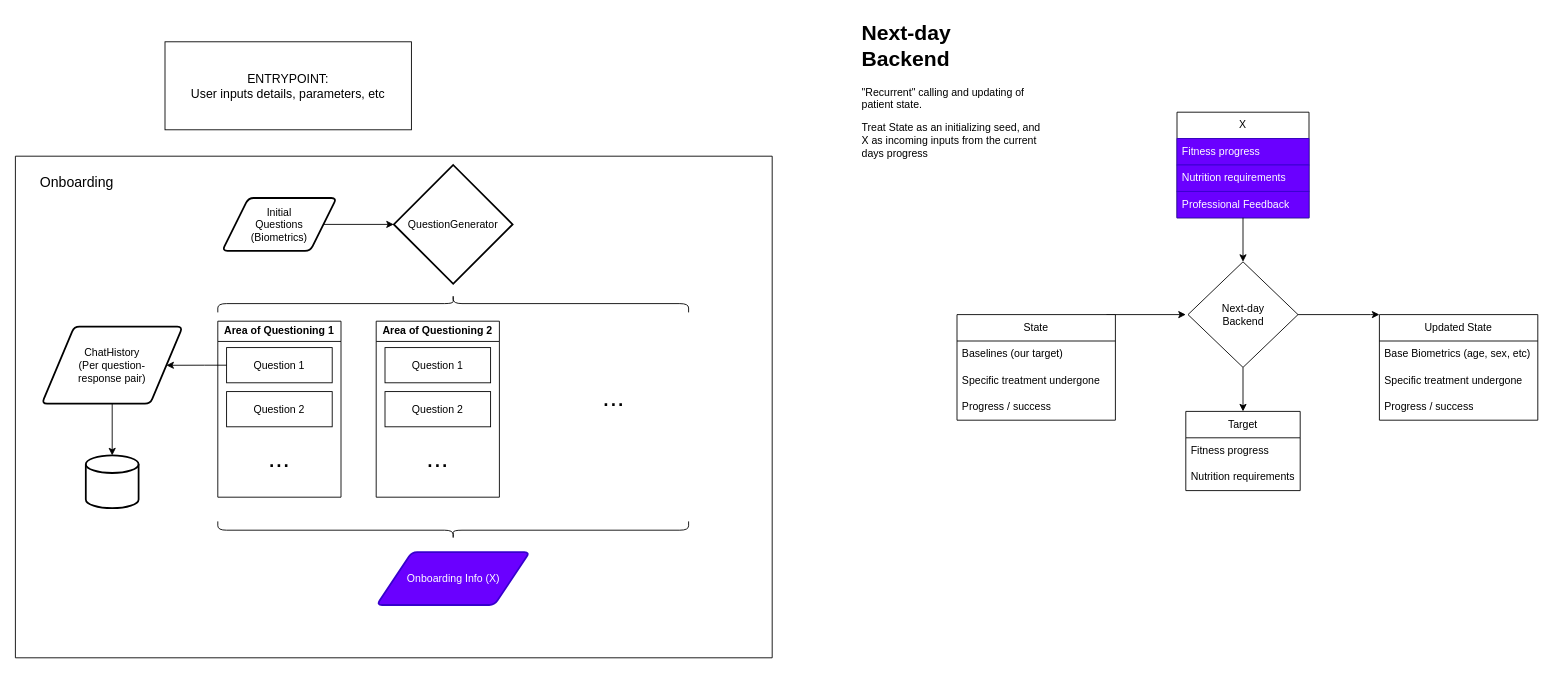
The draw.io diagram page "Onboarding" (1 of 2) of diagrams/next_day_backend.drawio in checkpoint214159/MGC2025, before the edit. Source tidied: cells renumbered, new cells numbered last; positions are measured from the earlier drawing's top-left corner, leaving out a move shared by most shapes. Both pictures are drawn from the tidied source at 88%, with x=0, y=0 at pixel (15, 15).
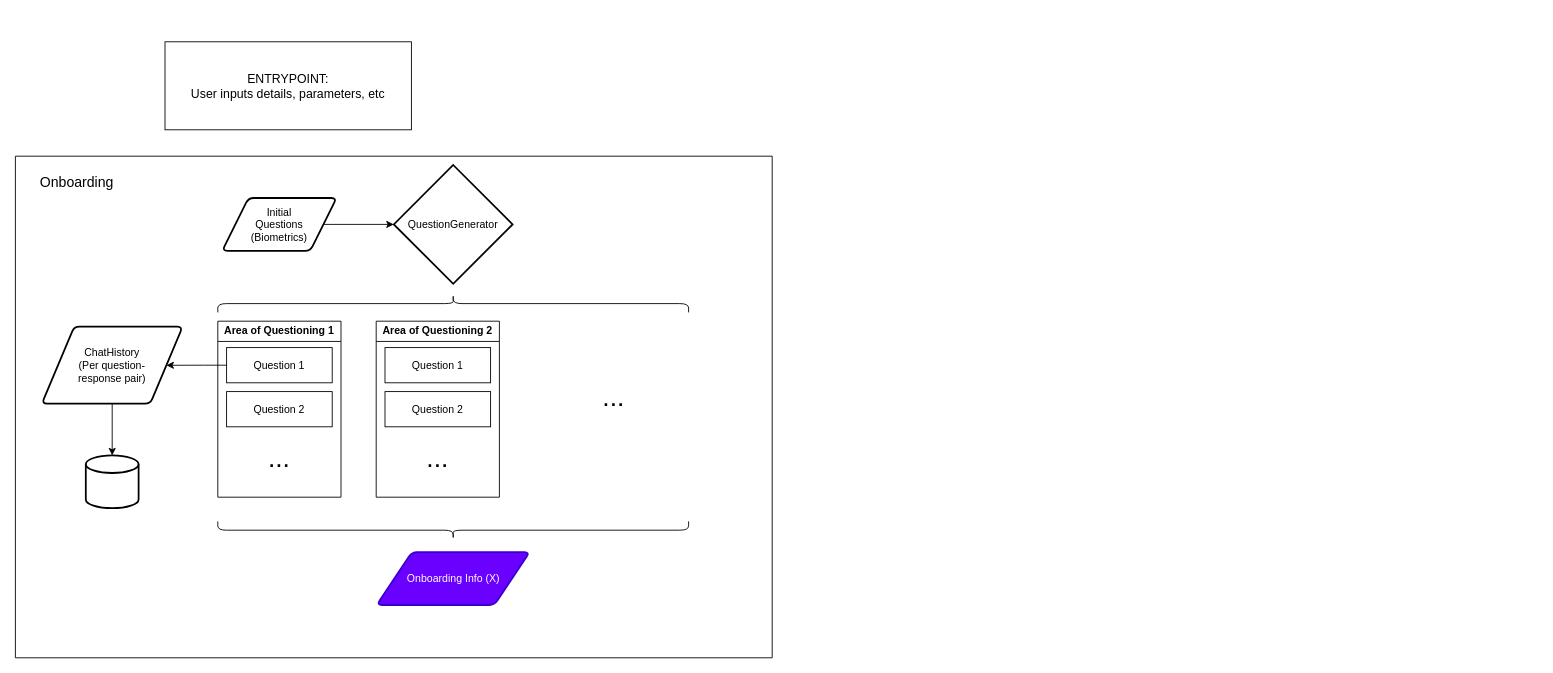
Above is the later version.

Diff of the diagram source:
```diff
@@
-    <mxCell id="3" value="&lt;h1 style=&quot;margin-top: 0px;&quot;&gt;Next-day Backend&lt;/h1&gt;&lt;p&gt;&quot;Recurrent&quot; calling and updating of patient state.&lt;/p&gt;&lt;p&gt;Treat State as an initializing seed, and X as incoming inputs from the current days progress&lt;/p&gt;" style="text;html=1;whiteSpace=wrap;overflow=hidden;rounded=0;" parent="1" vertex="1">
-      <mxGeometry x="960" width="210" height="170" as="geometry" />
-    </mxCell>
-    <mxCell id="4" style="group;" parent="1" vertex="1">
-      <mxGeometry x="1070" y="140" width="650" height="400" as="geometry" />
-    </mxCell>
-    <mxCell id="5" style="edgeStyle=orthogonalEdgeStyle;rounded=0;jettySize=auto;html=1;exitX=1;exitY=0;exitDx=0;exitDy=0;" parent="4" edge="1" source="6">
-      <mxGeometry relative="1" as="geometry">
-        <mxPoint x="260" y="200" as="targetPoint" />
-        <Array as="points">
-          <mxPoint x="170" y="200" />
-          <mxPoint x="170" y="200" />
-        </Array>
-      </mxGeometry>
-    </mxCell>
-    <mxCell id="6" value="State" style="swimlane;fontStyle=0;horizontal=1;startSize=30;whiteSpace=wrap;html=1;" parent="4" vertex="1">
-      <mxGeometry y="200" width="180" height="120" as="geometry" />
-    </mxCell>
-    <mxCell id="7" value="Baselines (our target)" style="text;strokeColor=none;fillColor=none;align=left;verticalAlign=middle;spacingLeft=4;spacingRight=4;overflow=hidden;whiteSpace=wrap;html=1;" parent="6" vertex="1">
-      <mxGeometry y="30" width="180" height="30" as="geometry" />
-    </mxCell>
-    <mxCell id="8" value="Specific treatment undergone" style="text;strokeColor=none;fillColor=none;align=left;verticalAlign=middle;spacingLeft=4;spacingRight=4;overflow=hidden;whiteSpace=wrap;html=1;" parent="6" vertex="1">
-      <mxGeometry y="60" width="180" height="30" as="geometry" />
-    </mxCell>
-    <mxCell id="9" value="Progress / success" style="text;strokeColor=none;fillColor=none;align=left;verticalAlign=middle;spacingLeft=4;spacingRight=4;overflow=hidden;whiteSpace=wrap;html=1;" parent="6" vertex="1">
-      <mxGeometry y="90" width="180" height="30" as="geometry" />
-    </mxCell>
-    <mxCell id="10" style="edgeStyle=orthogonalEdgeStyle;rounded=0;jettySize=auto;html=1;" parent="4" edge="1" source="11" target="12">
-      <mxGeometry relative="1" as="geometry" />
-    </mxCell>
-    <mxCell id="11" value="Next-day&lt;div&gt;Backend&lt;/div&gt;" style="rhombus;whiteSpace=wrap;html=1;" parent="4" vertex="1">
-      <mxGeometry x="262.5" y="140" width="125" height="120" as="geometry" />
-    </mxCell>
-    <mxCell id="12" value="Target" style="swimlane;fontStyle=0;horizontal=1;startSize=30;whiteSpace=wrap;html=1;" parent="4" vertex="1">
-      <mxGeometry x="260" y="310" width="130" height="90" as="geometry" />
-    </mxCell>
-    <mxCell id="13" value="Fitness progress" style="text;strokeColor=none;fillColor=none;align=left;verticalAlign=middle;spacingLeft=4;spacingRight=4;overflow=hidden;whiteSpace=wrap;html=1;" parent="12" vertex="1">
-      <mxGeometry y="30" width="130" height="30" as="geometry" />
-    </mxCell>
-    <mxCell id="14" value="Nutrition requirements" style="text;strokeColor=none;fillColor=none;align=left;verticalAlign=middle;spacingLeft=4;spacingRight=4;overflow=hidden;whiteSpace=wrap;html=1;" parent="12" vertex="1">
-      <mxGeometry y="60" width="130" height="30" as="geometry" />
-    </mxCell>
-    <mxCell id="15" value="Updated State" style="swimlane;fontStyle=0;horizontal=1;startSize=30;whiteSpace=wrap;html=1;" parent="4" vertex="1">
-      <mxGeometry x="480" y="200" width="180" height="120" as="geometry" />
-    </mxCell>
-    <mxCell id="16" value="Base Biometrics (age, sex, etc)" style="text;strokeColor=none;fillColor=none;align=left;verticalAlign=middle;spacingLeft=4;spacingRight=4;overflow=hidden;whiteSpace=wrap;html=1;" parent="15" vertex="1">
-      <mxGeometry y="30" width="180" height="30" as="geometry" />
-    </mxCell>
-    <mxCell id="17" value="Specific treatment undergone" style="text;strokeColor=none;fillColor=none;align=left;verticalAlign=middle;spacingLeft=4;spacingRight=4;overflow=hidden;whiteSpace=wrap;html=1;" parent="15" vertex="1">
-      <mxGeometry y="60" width="180" height="30" as="geometry" />
-    </mxCell>
-    <mxCell id="18" value="Progress / success" style="text;strokeColor=none;fillColor=none;align=left;verticalAlign=middle;spacingLeft=4;spacingRight=4;overflow=hidden;whiteSpace=wrap;html=1;" parent="15" vertex="1">
-      <mxGeometry y="90" width="180" height="30" as="geometry" />
-    </mxCell>
-    <mxCell id="19" style="edgeStyle=orthogonalEdgeStyle;rounded=0;jettySize=auto;html=1;exitX=1;exitY=0.5;exitDx=0;exitDy=0;entryX=0;entryY=0;entryDx=0;entryDy=0;" parent="4" edge="1" source="11" target="15">
-      <mxGeometry relative="1" as="geometry">
-        <Array as="points">
-          <mxPoint x="470" y="200" />
-          <mxPoint x="470" y="200" />
-        </Array>
-      </mxGeometry>
-    </mxCell>
-    <mxCell id="20" value="X" style="swimlane;fontStyle=0;horizontal=1;startSize=30;whiteSpace=wrap;html=1;" parent="1" vertex="1">
-      <mxGeometry x="1320" y="110" width="150" height="120" as="geometry" />
-    </mxCell>
-    <mxCell id="21" value="Fitness progress" style="text;strokeColor=#3700CC;fillColor=#6a00ff;align=left;verticalAlign=middle;spacingLeft=4;spacingRight=4;overflow=hidden;whiteSpace=wrap;html=1;fontColor=#ffffff;" parent="20" vertex="1">
-      <mxGeometry y="30" width="150" height="30" as="geometry" />
-    </mxCell>
-    <mxCell id="22" value="Nutrition requirements" style="text;strokeColor=#3700CC;fillColor=#6a00ff;align=left;verticalAlign=middle;spacingLeft=4;spacingRight=4;overflow=hidden;whiteSpace=wrap;html=1;fontColor=#ffffff;" parent="20" vertex="1">
-      <mxGeometry y="60" width="150" height="30" as="geometry" />
-    </mxCell>
-    <mxCell id="23" value="Professional Feedback" style="text;strokeColor=#3700CC;fillColor=#6a00ff;align=left;verticalAlign=middle;spacingLeft=4;spacingRight=4;overflow=hidden;whiteSpace=wrap;html=1;fontColor=#ffffff;" parent="20" vertex="1">
-      <mxGeometry y="90" width="150" height="30" as="geometry" />
-    </mxCell>
-    <mxCell id="24" style="edgeStyle=orthogonalEdgeStyle;rounded=0;jettySize=auto;html=1;entryX=0.5;entryY=0;entryDx=0;entryDy=0;" parent="1" edge="1" source="20" target="11">
-      <mxGeometry relative="1" as="geometry" />
-    </mxCell>
```
